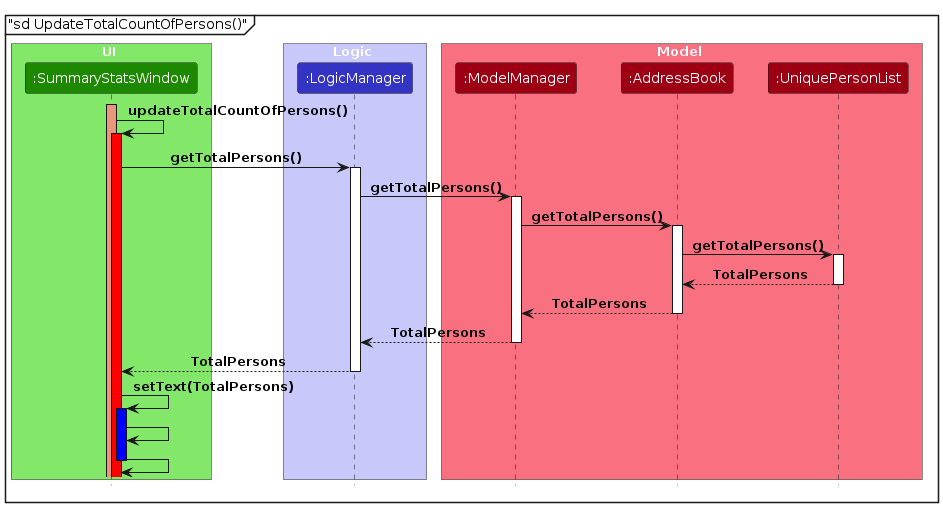
This is diagrams/ViewStatsSequenceDiagramUpdateTotalCountofPersons.png from MarcusGitty/tp, a PlantUML export, as it was before one commit. Its source is kept beside it as diagrams/ViewStatsSequenceDiagramUpdateTotalCountofPersons.puml. Source of this version:
```plantuml
@startuml
mainframe "sd UpdateTotalCountOfPersons()"
!include style.puml


box UI UI_COLOR_T1
participant ":SummaryStatsWindow" as SummaryStatsWindow UI_COLOR

end box

box Logic LOGIC_COLOR_T1
participant ":LogicManager" as LogicManager LOGIC_COLOR
end box

box Model MODEL_COLOR_T1
participant ":ModelManager" as ModelManager MODEL_COLOR
participant ":AddressBook" as Addressbook MODEL_COLOR
participant ":UniquePersonList" as UniquePersonList MODEL_COLOR
end box


activate SummaryStatsWindow #DarkSalmon





SummaryStatsWindow -> SummaryStatsWindow: updateTotalCountOfPersons()

activate SummaryStatsWindow #Red
SummaryStatsWindow -> LogicManager:getTotalPersons()

activate LogicManager

LogicManager -> ModelManager: getTotalPersons()
activate ModelManager

ModelManager -> Addressbook: getTotalPersons()

activate Addressbook

Addressbook -> UniquePersonList: getTotalPersons()

activate UniquePersonList

UniquePersonList --> Addressbook: TotalPersons

deactivate UniquePersonList

Addressbook --> ModelManager: TotalPersons

deactivate Addressbook

ModelManager --> LogicManager: TotalPersons

deactivate ModelManager

LogicManager --> SummaryStatsWindow: TotalPersons

deactivate LogicManager

SummaryStatsWindow -> SummaryStatsWindow:setText(TotalPersons)

activate SummaryStatsWindow #Blue

SummaryStatsWindow -> SummaryStatsWindow

SummaryStatsWindow -> SummaryStatsWindow
deactivate SummaryStatsWindow






@enduml
```
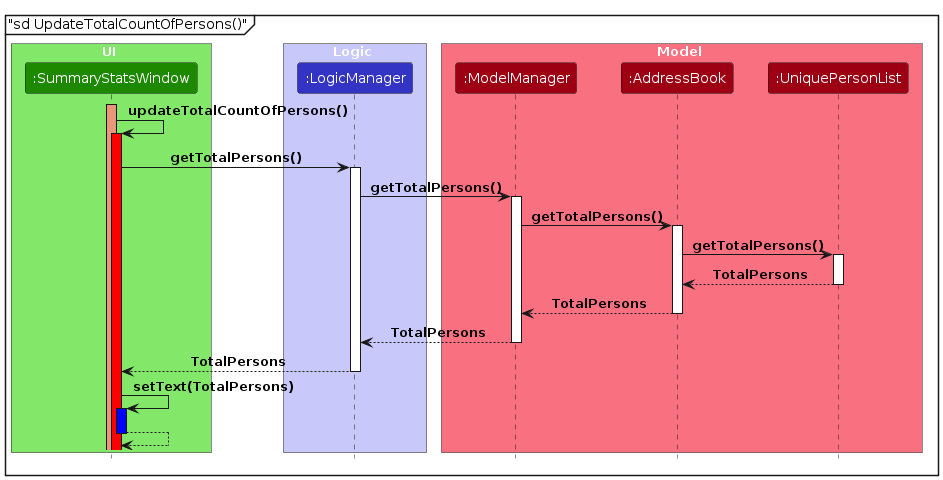
Above is the later version.

The edit, as a diff of the source:
```diff
@@ -63,9 +63,9 @@
 
 activate SummaryStatsWindow #Blue
 
-SummaryStatsWindow -> SummaryStatsWindow
 
-SummaryStatsWindow -> SummaryStatsWindow
+
+SummaryStatsWindow --> SummaryStatsWindow
 deactivate SummaryStatsWindow
 
 
```
